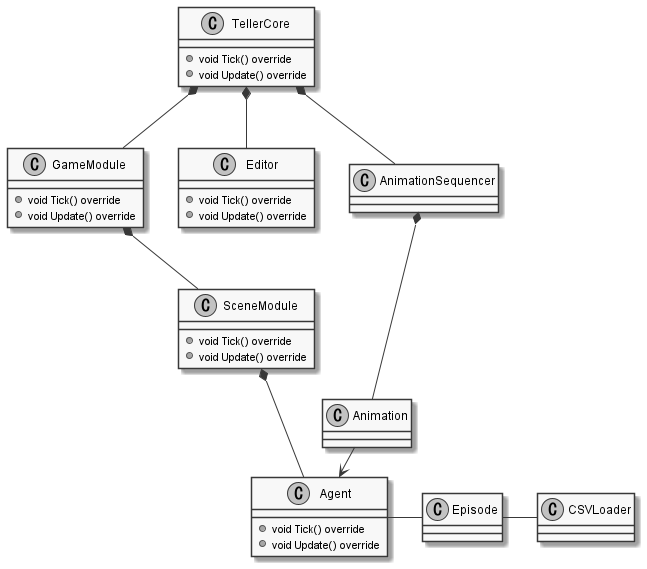
Earlier version of the PlantUML export images/plantuml/Stack.png (takiren/Teller). The source it was exported from:
```plantuml
@startuml Stack

skinparam {
    monochrome true
    padding 1
}
class TellerCore{
    +void Tick() override
    +void Update() override
}
class GameModule{
    +void Tick() override
    +void Update() override
}
class SceneModule{
    +void Tick() override
    +void Update() override
}
class Agent{
    +void Tick() override
    +void Update() override
}
class Editor{
    +void Tick() override
    +void Update() override
}

class CSVLoader{
}

class Episode{
}

class AnimationSequencer{}
class Animation{}


TellerCore *-- GameModule
TellerCore *-- Editor
GameModule *-- SceneModule
SceneModule *-- Agent
Agent - Episode
Episode - CSVLoader

AnimationSequencer *-- Animation
Animation -> Agent :callback
TellerCore *-- AnimationSequencer
@enduml
```
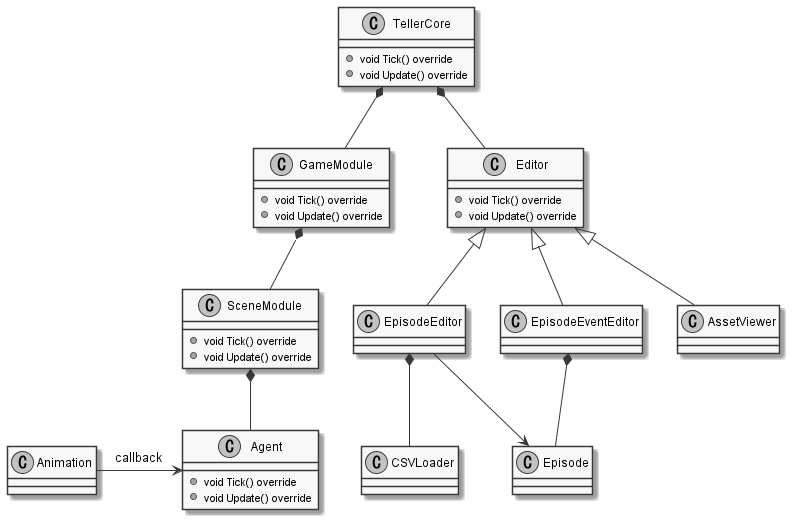
The same file after the commit.

The edit, as a diff of the source:
```diff
@@ -12,6 +12,7 @@
     +void Tick() override
     +void Update() override
 }
+
 class SceneModule{
     +void Tick() override
     +void Update() override
@@ -25,24 +26,38 @@
     +void Update() override
 }
 
+class EpisodeEditor{
+}
+
+
+class EpisodeEventEditor{
+}
+class AssetViewer
+
 class CSVLoader{
 }
 
 class Episode{
 }
 
-class AnimationSequencer{}
 class Animation{}
 
 
 TellerCore *-- GameModule
-TellerCore *-- Editor
 GameModule *-- SceneModule
 SceneModule *-- Agent
-Agent - Episode
-Episode - CSVLoader
 
-AnimationSequencer *-- Animation
 Animation -> Agent :callback
-TellerCore *-- AnimationSequencer
+Editor <|-- EpisodeEditor
+Editor <|-- EpisodeEventEditor
+Editor <|-- AssetViewer
+
+EpisodeEditor *-- CSVLoader
+EpisodeEventEditor *-- Episode
+
+EpisodeEditor -->Episode
+
+TellerCore *--Editor
+
+
 @enduml
```
